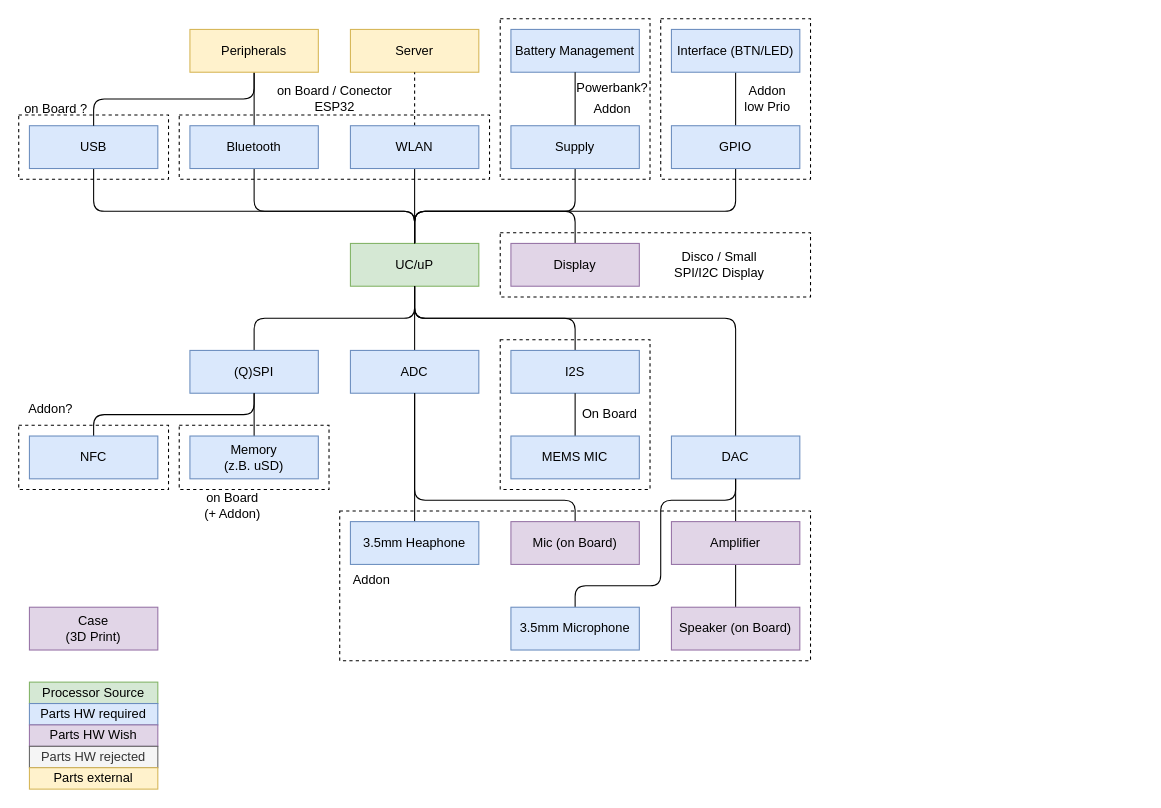
Earlier version of the draw.io diagram page "HW-BlockDiagramm component choice" (2 of 3) of Documentation/Block-Diagramm/Blockschaltbild.drawio (KROIA/Voicemail-Box). Source tidied: cells renumbered, new cells numbered last; positions are measured from the earlier drawing's top-left corner, leaving out a move shared by most shapes. Both pictures are drawn from the tidied source at 107%, with x=0, y=0 at pixel (18, 18).
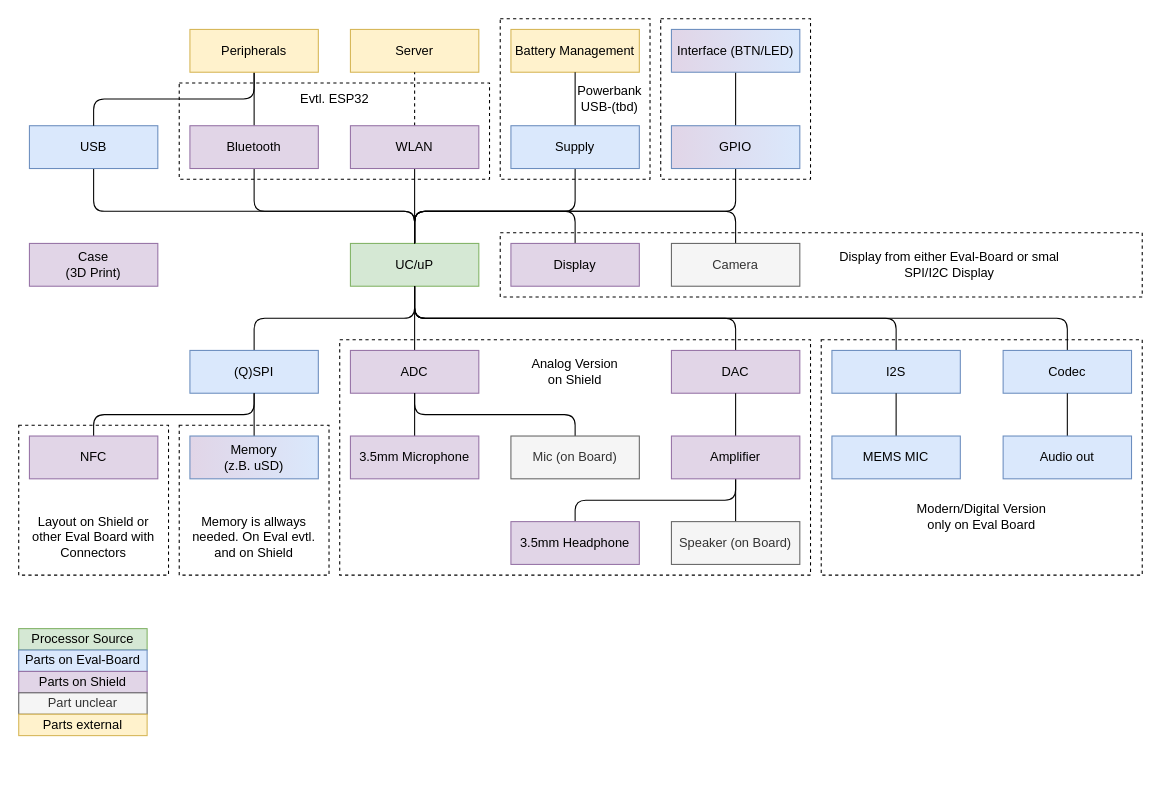
The same page after the edit.

The change refers to these unchanged cells:
```xml
<mxCell id="17" value="UC/uP" style="rounded=0;whiteSpace=wrap;html=1;fillColor=#d5e8d4;strokeColor=#82b366;" parent="1" vertex="1">
  <mxGeometry x="310" y="210" width="120" height="40" as="geometry" />
</mxCell>
```

Diff of the diagram source:
```diff
@@
+    <mxCell id="74" style="rounded=0;whiteSpace=wrap;html=1;fillColor=none;dashed=1;" parent="1" vertex="1">
+      <mxGeometry x="450" y="200" width="600" height="60" as="geometry" />
+    </mxCell>
+    <mxCell id="58" style="rounded=0;whiteSpace=wrap;html=1;fillColor=none;dashed=1;" parent="1" vertex="1">
+      <mxGeometry x="450" width="140" height="150" as="geometry" />
+    </mxCell>
+    <mxCell id="60" style="rounded=0;whiteSpace=wrap;html=1;fillColor=none;dashed=1;" parent="1" vertex="1">
+      <mxGeometry x="600" width="140" height="150" as="geometry" />
+    </mxCell>
+    <mxCell id="75" style="rounded=0;whiteSpace=wrap;html=1;fillColor=none;dashed=1;" parent="1" vertex="1">
+      <mxGeometry x="150" y="60" width="290" height="90" as="geometry" />
+    </mxCell>
+    <mxCell id="76" style="rounded=0;whiteSpace=wrap;html=1;fillColor=none;dashed=1;" parent="1" vertex="1">
+      <mxGeometry x="300" y="300" width="440" height="220" as="geometry" />
+    </mxCell>
+    <mxCell id="77" style="rounded=0;whiteSpace=wrap;html=1;fillColor=none;dashed=1;" parent="1" vertex="1">
+      <mxGeometry x="150" y="380" width="140" height="140" as="geometry" />
+    </mxCell>
+    <mxCell id="78" style="rounded=0;whiteSpace=wrap;html=1;fillColor=none;dashed=1;" parent="1" vertex="1">
+      <mxGeometry y="380" width="140" height="140" as="geometry" />
+    </mxCell>
+    <mxCell id="37" value="Processor Source" style="rounded=0;whiteSpace=wrap;html=1;fillColor=#d5e8d4;strokeColor=#82b366;" parent="1" vertex="1">
+      <mxGeometry y="570" width="120" height="20" as="geometry" />
+    </mxCell>
+    <mxCell id="79" value="Parts on Eval-Board" style="rounded=0;whiteSpace=wrap;html=1;fillColor=#dae8fc;strokeColor=#6c8ebf;" parent="1" vertex="1">
+      <mxGeometry y="590" width="120" height="20" as="geometry" />
+    </mxCell>
+    <mxCell id="80" value="Parts on Shield" style="rounded=0;whiteSpace=wrap;html=1;fillColor=#e1d5e7;strokeColor=#9673a6;" parent="1" vertex="1">
+      <mxGeometry y="610" width="120" height="20" as="geometry" />
+    </mxCell>
+    <mxCell id="81" value="Part unclear" style="rounded=0;whiteSpace=wrap;html=1;fillColor=#f5f5f5;strokeColor=#666666;fontColor=#333333;" parent="1" vertex="1">
+      <mxGeometry y="630" width="120" height="20" as="geometry" />
+    </mxCell>
+    <mxCell id="41" value="Parts external" style="rounded=0;whiteSpace=wrap;html=1;fillColor=#fff2cc;strokeColor=#d6b656;" parent="1" vertex="1">
+      <mxGeometry y="650" width="120" height="20" as="geometry" />
+    </mxCell>
@@
-    <mxCell id="4" value="Bluetooth" style="rounded=0;whiteSpace=wrap;html=1;fillColor=#dae8fc;strokeColor=#6c8ebf;" parent="1" vertex="1">
+    <mxCell id="4" value="Bluetooth" style="rounded=0;whiteSpace=wrap;html=1;fillColor=#e1d5e7;strokeColor=#9673a6;" parent="1" vertex="1">
       <mxGeometry x="160" y="100" width="120" height="40" as="geometry" />
     </mxCell>
@@
-    <mxCell id="12" value="WLAN" style="rounded=0;whiteSpace=wrap;html=1;fillColor=#dae8fc;strokeColor=#6c8ebf;" parent="1" vertex="1">
+    <mxCell id="12" value="WLAN" style="rounded=0;whiteSpace=wrap;html=1;fillColor=#e1d5e7;strokeColor=#9673a6;" parent="1" vertex="1">
       <mxGeometry x="310" y="100" width="120" height="40" as="geometry" />
     </mxCell>
-    <mxCell id="13" value="Battery Management" style="rounded=0;whiteSpace=wrap;html=1;fillColor=#dae8fc;strokeColor=#6c8ebf;" parent="1" vertex="1">
+    <mxCell id="13" value="Battery Management" style="rounded=0;whiteSpace=wrap;html=1;fillColor=#fff2cc;strokeColor=#d6b656;" parent="1" vertex="1">
       <mxGeometry x="460" y="10" width="120" height="40" as="geometry" />
     </mxCell>
@@
-    <mxCell id="21" value="NFC" style="rounded=0;whiteSpace=wrap;html=1;fillColor=#dae8fc;strokeColor=#6c8ebf;" parent="1" vertex="1">
+    <mxCell id="21" value="NFC" style="rounded=0;whiteSpace=wrap;html=1;fillColor=#e1d5e7;strokeColor=#9673a6;" parent="1" vertex="1">
       <mxGeometry x="10" y="390" width="120" height="40" as="geometry" />
     </mxCell>
-    <mxCell id="22" style="edgeStyle=orthogonalEdgeStyle;rounded=1;jettySize=auto;html=1;exitX=0.5;exitY=0;exitDx=0;exitDy=0;curved=0;endArrow=none;startFill=0;" parent="1" edge="1" source="23">
-      <mxGeometry relative="1" as="geometry">
-        <mxPoint x="220" y="350" as="targetPoint" />
-      </mxGeometry>
-    </mxCell>
+    <mxCell id="82" style="edgeStyle=orthogonalEdgeStyle;rounded=1;jettySize=auto;html=1;exitX=0.5;exitY=0;exitDx=0;exitDy=0;curved=0;endArrow=none;startFill=0;" parent="1" edge="1" source="23">
+      <mxGeometry relative="1" as="geometry">
+        <mxPoint x="220" y="350" as="targetPoint" />
+      </mxGeometry>
+    </mxCell>
-    <mxCell id="23" value="Memory&lt;br&gt;(z.B. uSD)" style="rounded=0;whiteSpace=wrap;html=1;fillColor=#dae8fc;strokeColor=#6c8ebf;" parent="1" vertex="1">
+    <mxCell id="23" value="Memory&lt;br&gt;(z.B. uSD)" style="rounded=0;whiteSpace=wrap;html=1;fillColor=#dae8fc;strokeColor=#6c8ebf;gradientColor=#E1D5E7;gradientDirection=west;" parent="1" vertex="1">
       <mxGeometry x="160" y="390" width="120" height="40" as="geometry" />
     </mxCell>
-    <mxCell id="24" style="edgeStyle=orthogonalEdgeStyle;rounded=1;jettySize=auto;html=1;exitX=0.5;exitY=0;exitDx=0;exitDy=0;curved=0;endArrow=none;startFill=0;" parent="1" edge="1" source="25">
-      <mxGeometry relative="1" as="geometry">
-        <mxPoint x="370" y="250" as="targetPoint" />
-      </mxGeometry>
-    </mxCell>
+    <mxCell id="83" style="edgeStyle=orthogonalEdgeStyle;rounded=1;jettySize=auto;html=1;exitX=0.5;exitY=0;exitDx=0;exitDy=0;curved=0;endArrow=none;startFill=0;" parent="1" edge="1" source="25">
+      <mxGeometry relative="1" as="geometry">
+        <mxPoint x="370" y="250" as="targetPoint" />
+      </mxGeometry>
+    </mxCell>
-    <mxCell id="25" value="ADC" style="rounded=0;whiteSpace=wrap;html=1;fillColor=#dae8fc;strokeColor=#6c8ebf;" parent="1" vertex="1">
+    <mxCell id="25" value="ADC" style="rounded=0;whiteSpace=wrap;html=1;fillColor=#e1d5e7;strokeColor=#9673a6;" parent="1" vertex="1">
       <mxGeometry x="310" y="310" width="120" height="40" as="geometry" />
     </mxCell>
@@
-    <mxCell id="27" value="Speaker (on Board)" style="rounded=0;whiteSpace=wrap;html=1;fillColor=#e1d5e7;strokeColor=#9673a6;" parent="1" vertex="1">
-      <mxGeometry x="610" y="550" width="120" height="40" as="geometry" />
+    <mxCell id="27" value="Speaker (on Board)" style="rounded=0;whiteSpace=wrap;html=1;fillColor=#f5f5f5;strokeColor=#666666;fontColor=#333333;" parent="1" vertex="1">
+      <mxGeometry x="610" y="470" width="120" height="40" as="geometry" />
     </mxCell>
     <mxCell id="28" style="edgeStyle=orthogonalEdgeStyle;rounded=1;jettySize=auto;html=1;exitX=0.5;exitY=0;exitDx=0;exitDy=0;entryX=0.5;entryY=1;entryDx=0;entryDy=0;curved=0;endArrow=none;startFill=0;" parent="1" edge="1" source="29" target="25">
       <mxGeometry relative="1" as="geometry">
         <Array as="points">
-          <mxPoint x="520" y="450" />
-          <mxPoint x="370" y="450" />
+          <mxPoint x="520" y="370" />
+          <mxPoint x="370" y="370" />
         </Array>
       </mxGeometry>
     </mxCell>
-    <mxCell id="29" value="Mic (on Board)" style="rounded=0;whiteSpace=wrap;html=1;fillColor=#e1d5e7;strokeColor=#9673a6;" parent="1" vertex="1">
-      <mxGeometry x="460" y="470" width="120" height="40" as="geometry" />
+    <mxCell id="29" value="Mic (on Board)" style="rounded=0;whiteSpace=wrap;html=1;fillColor=#f5f5f5;strokeColor=#666666;fontColor=#333333;" parent="1" vertex="1">
+      <mxGeometry x="460" y="390" width="120" height="40" as="geometry" />
     </mxCell>
-    <mxCell id="30" style="edgeStyle=orthogonalEdgeStyle;rounded=1;jettySize=auto;html=1;exitX=0.5;exitY=0;exitDx=0;exitDy=0;curved=0;endArrow=none;startFill=0;" parent="1" edge="1" source="31" target="44">
-      <mxGeometry relative="1" as="geometry">
-        <Array as="points">
-          <mxPoint x="520" y="530" />
-          <mxPoint x="600" y="530" />
-          <mxPoint x="600" y="450" />
-          <mxPoint x="670" y="450" />
-        </Array>
-      </mxGeometry>
-    </mxCell>
-    <mxCell id="31" value="3.5mm Microphone" style="rounded=0;whiteSpace=wrap;html=1;fillColor=#dae8fc;strokeColor=#6c8ebf;" parent="1" vertex="1">
-      <mxGeometry x="460" y="550" width="120" height="40" as="geometry" />
-    </mxCell>
+    <mxCell id="84" style="edgeStyle=orthogonalEdgeStyle;rounded=1;jettySize=auto;html=1;exitX=0.5;exitY=0;exitDx=0;exitDy=0;curved=0;endArrow=none;startFill=0;entryX=0.5;entryY=1;entryDx=0;entryDy=0;" parent="1" edge="1" source="85" target="49">
+      <mxGeometry relative="1" as="geometry">
+        <Array as="points">
+          <mxPoint x="520" y="450" />
+          <mxPoint x="670" y="450" />
+        </Array>
+      </mxGeometry>
+    </mxCell>
+    <mxCell id="85" value="3.5mm Headphone" style="rounded=0;whiteSpace=wrap;html=1;fillColor=#e1d5e7;strokeColor=#9673a6;" parent="1" vertex="1">
+      <mxGeometry x="460" y="470" width="120" height="40" as="geometry" />
+    </mxCell>
@@
+    <mxCell id="86" style="edgeStyle=orthogonalEdgeStyle;rounded=1;jettySize=auto;html=1;exitX=0.5;exitY=0;exitDx=0;exitDy=0;entryX=0.5;entryY=0;entryDx=0;entryDy=0;curved=0;endArrow=none;startFill=0;" parent="1" edge="1" source="87" target="17">
+      <mxGeometry relative="1" as="geometry">
+        <Array as="points">
+          <mxPoint x="670" y="180" />
+          <mxPoint x="370" y="180" />
+        </Array>
+      </mxGeometry>
+    </mxCell>
+    <mxCell id="87" value="Camera" style="rounded=0;whiteSpace=wrap;html=1;fillColor=#f5f5f5;strokeColor=#666666;fontColor=#333333;" parent="1" vertex="1">
+      <mxGeometry x="610" y="210" width="120" height="40" as="geometry" />
+    </mxCell>
@@
-    <mxCell id="36" value="GPIO" style="rounded=0;whiteSpace=wrap;html=1;fillColor=#dae8fc;strokeColor=#6c8ebf;" parent="1" vertex="1">
+    <mxCell id="36" value="GPIO" style="rounded=0;whiteSpace=wrap;html=1;fillColor=#dae8fc;strokeColor=#6c8ebf;align=center;verticalAlign=middle;fontFamily=Helvetica;fontSize=12;fontColor=default;gradientColor=#E1D5E7;gradientDirection=west;" parent="1" vertex="1">
       <mxGeometry x="610" y="100" width="120" height="40" as="geometry" />
     </mxCell>
-    <mxCell id="37" value="Processor Source" style="rounded=0;whiteSpace=wrap;html=1;fillColor=#d5e8d4;strokeColor=#82b366;" parent="1" vertex="1">
-      <mxGeometry x="10" y="620" width="120" height="20" as="geometry" />
-    </mxCell>
-    <mxCell id="38" value="Parts HW required" style="rounded=0;whiteSpace=wrap;html=1;fillColor=#dae8fc;strokeColor=#6c8ebf;" parent="1" vertex="1">
-      <mxGeometry x="10" y="640" width="120" height="20" as="geometry" />
-    </mxCell>
-    <mxCell id="39" value="Parts HW Wish" style="rounded=0;whiteSpace=wrap;html=1;fillColor=#e1d5e7;strokeColor=#9673a6;" parent="1" vertex="1">
-      <mxGeometry x="10" y="660" width="120" height="20" as="geometry" />
-    </mxCell>
-    <mxCell id="40" value="Parts HW rejected" style="rounded=0;whiteSpace=wrap;html=1;fillColor=#f5f5f5;strokeColor=#666666;fontColor=#333333;" parent="1" vertex="1">
-      <mxGeometry x="10" y="680" width="120" height="20" as="geometry" />
-    </mxCell>
-    <mxCell id="41" value="Parts external" style="rounded=0;whiteSpace=wrap;html=1;fillColor=#fff2cc;strokeColor=#d6b656;" parent="1" vertex="1">
-      <mxGeometry x="10" y="700" width="120" height="20" as="geometry" />
-    </mxCell>
     <mxCell id="42" value="Case&lt;br&gt;(3D Print)" style="rounded=0;whiteSpace=wrap;html=1;fillColor=#e1d5e7;strokeColor=#9673a6;" parent="1" vertex="1">
-      <mxGeometry x="10" y="550" width="120" height="40" as="geometry" />
+      <mxGeometry x="10" y="210" width="120" height="40" as="geometry" />
     </mxCell>
@@
-    <mxCell id="44" value="DAC" style="rounded=0;whiteSpace=wrap;html=1;fillColor=#dae8fc;strokeColor=#6c8ebf;" parent="1" vertex="1">
-      <mxGeometry x="610" y="390" width="120" height="40" as="geometry" />
+    <mxCell id="44" value="DAC" style="rounded=0;whiteSpace=wrap;html=1;fillColor=#e1d5e7;strokeColor=#9673a6;" parent="1" vertex="1">
+      <mxGeometry x="610" y="310" width="120" height="40" as="geometry" />
     </mxCell>
-    <mxCell id="45" style="edgeStyle=orthogonalEdgeStyle;rounded=1;jettySize=auto;html=1;exitX=0.5;exitY=0;exitDx=0;exitDy=0;entryX=0.5;entryY=1;entryDx=0;entryDy=0;curved=0;endArrow=none;startFill=0;" parent="1" edge="1" source="46" target="25">
-      <mxGeometry relative="1" as="geometry" />
-    </mxCell>
-    <mxCell id="46" value="3.5mm Heaphone" style="rounded=0;whiteSpace=wrap;html=1;fillColor=#dae8fc;strokeColor=#6c8ebf;" parent="1" vertex="1">
-      <mxGeometry x="310" y="470" width="120" height="40" as="geometry" />
-    </mxCell>
+    <mxCell id="88" style="edgeStyle=orthogonalEdgeStyle;rounded=1;jettySize=auto;html=1;exitX=0.5;exitY=0;exitDx=0;exitDy=0;entryX=0.5;entryY=1;entryDx=0;entryDy=0;curved=0;endArrow=none;startFill=0;" parent="1" edge="1" source="31" target="25">
+      <mxGeometry relative="1" as="geometry" />
+    </mxCell>
+    <mxCell id="31" value="3.5mm Microphone" style="rounded=0;whiteSpace=wrap;html=1;fillColor=#e1d5e7;strokeColor=#9673a6;" parent="1" vertex="1">
+      <mxGeometry x="310" y="390" width="120" height="40" as="geometry" />
+    </mxCell>
@@
     <mxCell id="49" value="Amplifier" style="rounded=0;whiteSpace=wrap;html=1;fillColor=#e1d5e7;strokeColor=#9673a6;" parent="1" vertex="1">
-      <mxGeometry x="610" y="470" width="120" height="40" as="geometry" />
+      <mxGeometry x="610" y="390" width="120" height="40" as="geometry" />
     </mxCell>
-    <mxCell id="50" value="Interface (BTN/LED&lt;span style=&quot;background-color: transparent; color: light-dark(rgb(0, 0, 0), rgb(255, 255, 255));&quot;&gt;)&lt;/span&gt;" style="rounded=0;whiteSpace=wrap;html=1;fillColor=#dae8fc;strokeColor=#6c8ebf;" parent="1" vertex="1">
+    <mxCell id="50" value="Interface (BTN/LED&lt;span style=&quot;background-color: transparent; color: light-dark(rgb(0, 0, 0), rgb(255, 255, 255));&quot;&gt;)&lt;/span&gt;" style="rounded=0;whiteSpace=wrap;html=1;fillColor=#dae8fc;strokeColor=#6c8ebf;align=center;verticalAlign=middle;fontFamily=Helvetica;fontSize=12;fontColor=default;gradientColor=#E1D5E7;gradientDirection=west;" parent="1" vertex="1">
       <mxGeometry x="610" y="10" width="120" height="40" as="geometry" />
     </mxCell>
+    <mxCell id="89" value="Layout on Shield or other Eval Board with Connectors" style="text;html=1;align=center;verticalAlign=middle;whiteSpace=wrap;rounded=0;" parent="1" vertex="1">
+      <mxGeometry x="10" y="450" width="120" height="70" as="geometry" />
+    </mxCell>
@@
     <mxCell id="52" value="I2S" style="rounded=0;whiteSpace=wrap;html=1;fillColor=#dae8fc;strokeColor=#6c8ebf;" parent="1" vertex="1">
-      <mxGeometry x="460" y="310" width="120" height="40" as="geometry" />
+      <mxGeometry x="760" y="310" width="120" height="40" as="geometry" />
     </mxCell>
@@
     <mxCell id="54" value="MEMS MIC" style="rounded=0;whiteSpace=wrap;html=1;fillColor=#dae8fc;strokeColor=#6c8ebf;" parent="1" vertex="1">
-      <mxGeometry x="460" y="390" width="120" height="40" as="geometry" />
+      <mxGeometry x="760" y="390" width="120" height="40" as="geometry" />
     </mxCell>
-    <mxCell id="55" style="rounded=0;whiteSpace=wrap;html=1;fillColor=none;dashed=1;" parent="1" vertex="1">
-      <mxGeometry x="150" y="90" width="290" height="60" as="geometry" />
-    </mxCell>
-    <mxCell id="56" value="on Board / Conector ESP32" style="text;html=1;align=center;verticalAlign=middle;whiteSpace=wrap;rounded=0;" parent="1" vertex="1">
-      <mxGeometry x="233.8" y="60" width="122.5" height="30" as="geometry" />
-    </mxCell>
-    <mxCell id="57" value="on Board ?" style="text;html=1;align=center;verticalAlign=middle;whiteSpace=wrap;rounded=0;" parent="1" vertex="1">
-      <mxGeometry y="70" width="70" height="30" as="geometry" />
-    </mxCell>
-    <mxCell id="58" style="rounded=0;whiteSpace=wrap;html=1;fillColor=none;dashed=1;" parent="1" vertex="1">
-      <mxGeometry x="450" width="140" height="150" as="geometry" />
-    </mxCell>
-    <mxCell id="59" value="Powerbank?" style="text;html=1;align=center;verticalAlign=middle;whiteSpace=wrap;rounded=0;" parent="1" vertex="1">
-      <mxGeometry x="530" y="50" width="50" height="30" as="geometry" />
-    </mxCell>
-    <mxCell id="60" style="rounded=0;whiteSpace=wrap;html=1;fillColor=none;dashed=1;" parent="1" vertex="1">
-      <mxGeometry x="600" width="140" height="150" as="geometry" />
-    </mxCell>
-    <mxCell id="61" value="Addon&lt;br&gt;low Prio" style="text;html=1;align=center;verticalAlign=middle;whiteSpace=wrap;rounded=0;" parent="1" vertex="1">
-      <mxGeometry x="670" y="60" width="60" height="30" as="geometry" />
-    </mxCell>
-    <mxCell id="62" style="rounded=0;whiteSpace=wrap;html=1;fillColor=none;dashed=1;" parent="1" vertex="1">
-      <mxGeometry y="380" width="140" height="60" as="geometry" />
-    </mxCell>
-    <mxCell id="63" value="Addon?" style="text;html=1;align=center;verticalAlign=middle;whiteSpace=wrap;rounded=0;" parent="1" vertex="1">
-      <mxGeometry y="350" width="60" height="30" as="geometry" />
-    </mxCell>
-    <mxCell id="64" style="rounded=0;whiteSpace=wrap;html=1;fillColor=none;dashed=1;" parent="1" vertex="1">
-      <mxGeometry x="150" y="380" width="140" height="60" as="geometry" />
-    </mxCell>
-    <mxCell id="65" value="on Board&lt;div&gt;(+ Addon)&lt;/div&gt;" style="text;html=1;align=center;verticalAlign=middle;whiteSpace=wrap;rounded=0;" parent="1" vertex="1">
-      <mxGeometry x="140" y="440" width="120" height="30" as="geometry" />
-    </mxCell>
-    <mxCell id="66" value="Addon" style="text;html=1;align=center;verticalAlign=middle;whiteSpace=wrap;rounded=0;" parent="1" vertex="1">
-      <mxGeometry x="530" y="70" width="50" height="30" as="geometry" />
-    </mxCell>
-    <mxCell id="67" style="rounded=0;whiteSpace=wrap;html=1;fillColor=none;dashed=1;" parent="1" vertex="1">
-      <mxGeometry x="450" y="200" width="290" height="60" as="geometry" />
-    </mxCell>
-    <mxCell id="68" value="Disco / Small SPI/I2C Display" style="text;html=1;align=center;verticalAlign=middle;whiteSpace=wrap;rounded=0;" parent="1" vertex="1">
-      <mxGeometry x="600" y="215" width="110" height="30" as="geometry" />
-    </mxCell>
-    <mxCell id="69" style="rounded=0;whiteSpace=wrap;html=1;fillColor=none;dashed=1;" parent="1" vertex="1">
-      <mxGeometry x="450" y="300" width="140" height="140" as="geometry" />
-    </mxCell>
-    <mxCell id="70" value="On Board" style="text;html=1;align=center;verticalAlign=middle;whiteSpace=wrap;rounded=0;" parent="1" vertex="1">
-      <mxGeometry x="525" y="355" width="55" height="30" as="geometry" />
-    </mxCell>
-    <mxCell id="71" style="rounded=0;whiteSpace=wrap;html=1;fillColor=none;dashed=1;" parent="1" vertex="1">
-      <mxGeometry x="300" y="460" width="440" height="140" as="geometry" />
-    </mxCell>
-    <mxCell id="72" value="Addon" style="text;html=1;align=center;verticalAlign=middle;whiteSpace=wrap;rounded=0;" parent="1" vertex="1">
-      <mxGeometry x="310" y="510" width="40" height="30" as="geometry" />
-    </mxCell>
-    <mxCell id="73" style="rounded=0;whiteSpace=wrap;html=1;fillColor=none;dashed=1;" parent="1" vertex="1">
-      <mxGeometry y="90" width="140" height="60" as="geometry" />
-    </mxCell>
+    <mxCell id="90" style="edgeStyle=orthogonalEdgeStyle;shape=connector;curved=0;rounded=1;jettySize=auto;html=1;exitX=0.5;exitY=0;exitDx=0;exitDy=0;entryX=0.5;entryY=1;entryDx=0;entryDy=0;strokeColor=default;align=center;verticalAlign=middle;fontFamily=Helvetica;fontSize=11;fontColor=default;labelBackgroundColor=default;startFill=0;endArrow=none;" parent="1" edge="1" source="91" target="17">
+      <mxGeometry relative="1" as="geometry" />
+    </mxCell>
+    <mxCell id="91" value="Codec" style="rounded=0;whiteSpace=wrap;html=1;fillColor=#dae8fc;strokeColor=#6c8ebf;" parent="1" vertex="1">
+      <mxGeometry x="920" y="310" width="120" height="40" as="geometry" />
+    </mxCell>
+    <mxCell id="92" style="edgeStyle=orthogonalEdgeStyle;shape=connector;curved=0;rounded=1;jettySize=auto;html=1;exitX=0.5;exitY=0;exitDx=0;exitDy=0;entryX=0.5;entryY=1;entryDx=0;entryDy=0;strokeColor=default;align=center;verticalAlign=middle;fontFamily=Helvetica;fontSize=11;fontColor=default;labelBackgroundColor=default;startFill=0;endArrow=none;" parent="1" edge="1" source="93" target="91">
+      <mxGeometry relative="1" as="geometry" />
+    </mxCell>
+    <mxCell id="93" value="Audio out" style="rounded=0;whiteSpace=wrap;html=1;fillColor=#dae8fc;strokeColor=#6c8ebf;" parent="1" vertex="1">
+      <mxGeometry x="920" y="390" width="120" height="40" as="geometry" />
+    </mxCell>
+    <mxCell id="94" value="Memory is allways needed. On Eval evtl.&lt;br&gt;and on Shield" style="text;html=1;align=center;verticalAlign=middle;whiteSpace=wrap;rounded=0;" parent="1" vertex="1">
+      <mxGeometry x="160" y="450" width="120" height="70" as="geometry" />
+    </mxCell>
+    <mxCell id="95" style="rounded=0;whiteSpace=wrap;html=1;fillColor=none;dashed=1;" parent="1" vertex="1">
+      <mxGeometry x="750" y="300" width="300" height="220" as="geometry" />
+    </mxCell>
+    <mxCell id="96" value="Evtl. ESP32" style="text;html=1;align=center;verticalAlign=middle;whiteSpace=wrap;rounded=0;" parent="1" vertex="1">
+      <mxGeometry x="237.5" y="60" width="115" height="30" as="geometry" />
+    </mxCell>
+    <mxCell id="97" value="Powerbank&lt;br&gt;USB-(tbd)" style="text;html=1;align=center;verticalAlign=middle;whiteSpace=wrap;rounded=0;" parent="1" vertex="1">
+      <mxGeometry x="495" y="60" width="115" height="30" as="geometry" />
+    </mxCell>
+    <mxCell id="98" value="Display from either Eval-Board or smal SPI/I2C Display" style="text;html=1;align=center;verticalAlign=middle;whiteSpace=wrap;rounded=0;" parent="1" vertex="1">
+      <mxGeometry x="750" y="215" width="240" height="30" as="geometry" />
+    </mxCell>
+    <mxCell id="99" value="Modern/Digital Version&lt;br&gt;only on Eval Board" style="text;html=1;align=center;verticalAlign=middle;whiteSpace=wrap;rounded=0;" parent="1" vertex="1">
+      <mxGeometry x="780" y="450" width="240" height="30" as="geometry" />
+    </mxCell>
+    <mxCell id="100" value="Analog Version&lt;br&gt;on Shield" style="text;html=1;align=center;verticalAlign=middle;whiteSpace=wrap;rounded=0;" parent="1" vertex="1">
+      <mxGeometry x="400" y="315" width="240" height="30" as="geometry" />
+    </mxCell>
```
